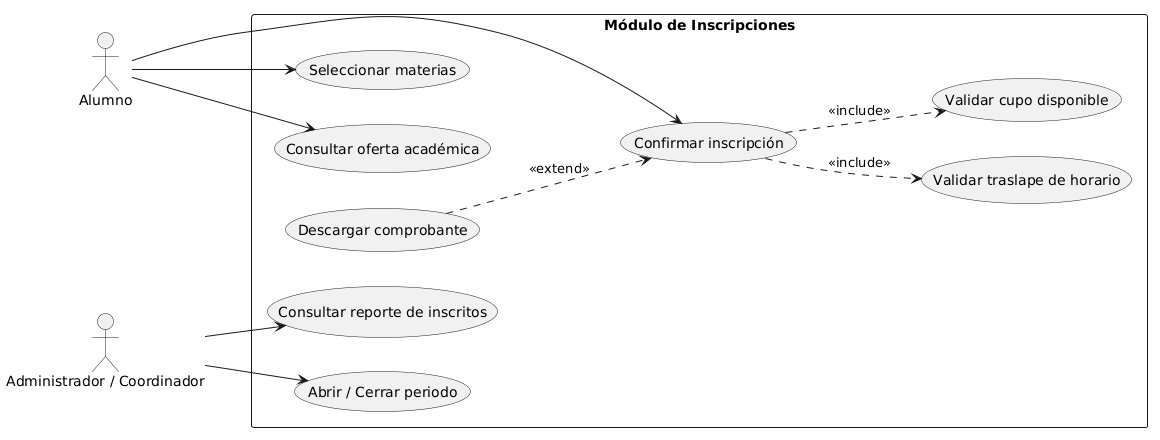
Earlier version of the PlantUML export modulos/resources/imgs/m2_inscripciones_casos_uso.png (Sudo-pacman-Rootkit/26b_is1_proyecto-final).
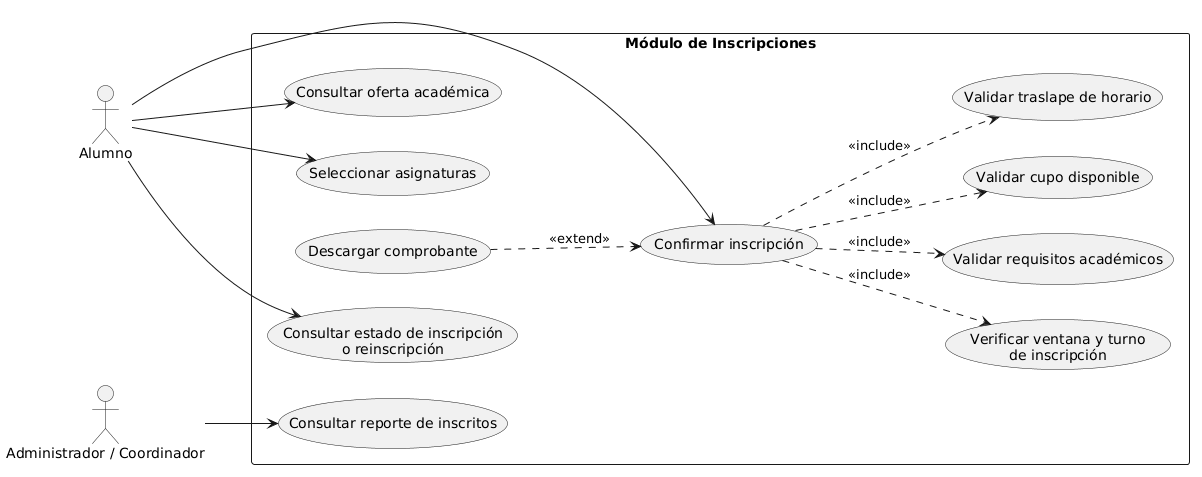
The same diagram one commit later.

Commit message:
añadir diagramas de actividades

What changed in the source:
```diff
@@ -1,30 +1,30 @@
 @startuml
 left to right direction
-skinparam packageStyle rectangle
-
-actor "Alumno" as alumno
-actor "Administrador / Coordinador" as admin
+actor Alumno
+actor "Administrador / Coordinador" as Admin
 
 rectangle "Módulo de Inscripciones" {
-  usecase "Consultar oferta académica" as UC1
-  usecase "Seleccionar materias" as UC2
-  usecase "Confirmar inscripción" as UC3
-  usecase "Validar traslape de horario" as UC4
-  usecase "Validar cupo disponible" as UC5
-  usecase "Descargar comprobante" as UC6
-  usecase "Abrir / Cerrar periodo" as UC7
-  usecase "Consultar reporte de inscritos" as UC8
+  usecase "Consultar oferta académica" as CU1
+  usecase "Seleccionar asignaturas" as CU2
+  usecase "Confirmar inscripción" as CU3
+  usecase "Verificar ventana y turno\nde inscripción" as CU4
+  usecase "Validar requisitos académicos" as CU5
+  usecase "Validar cupo disponible" as CU6
+  usecase "Validar traslape de horario" as CU7
+  usecase "Descargar comprobante" as CU8
+  usecase "Consultar estado de inscripción\no reinscripción" as CU9
+  usecase "Consultar reporte de inscritos" as CU10
 }
 
-alumno --> UC1
-alumno --> UC2
-alumno --> UC3
+Alumno --> CU1
+Alumno --> CU2
+Alumno --> CU3
+Alumno --> CU9
+Admin --> CU10
 
-UC3 ..> UC4 : <<include>>
-UC3 ..> UC5 : <<include>>
-UC6 ..> UC3 : <<extend>>
-
-
-admin --> UC7
-admin --> UC8
+CU3 ..> CU4 : <<include>>
+CU3 ..> CU5 : <<include>>
+CU3 ..> CU6 : <<include>>
+CU3 ..> CU7 : <<include>>
+CU8 ..> CU3 : <<extend>>
 @enduml
```
